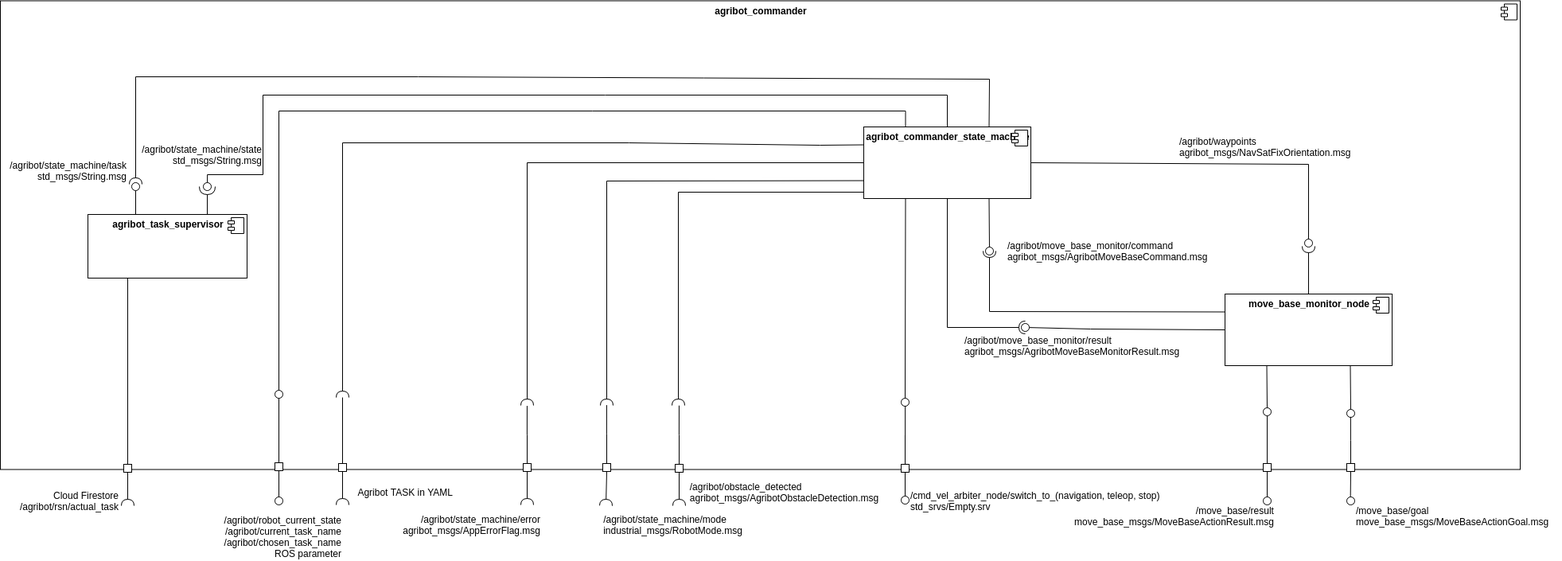
Earlier version of the draw.io export doc/component_diagram.png (agribot-2-0/agribot_commander). Source tidied: cells renumbered, new cells last; positions are measured from the earlier drawing's top-left corner, leaving out a move shared by most shapes.
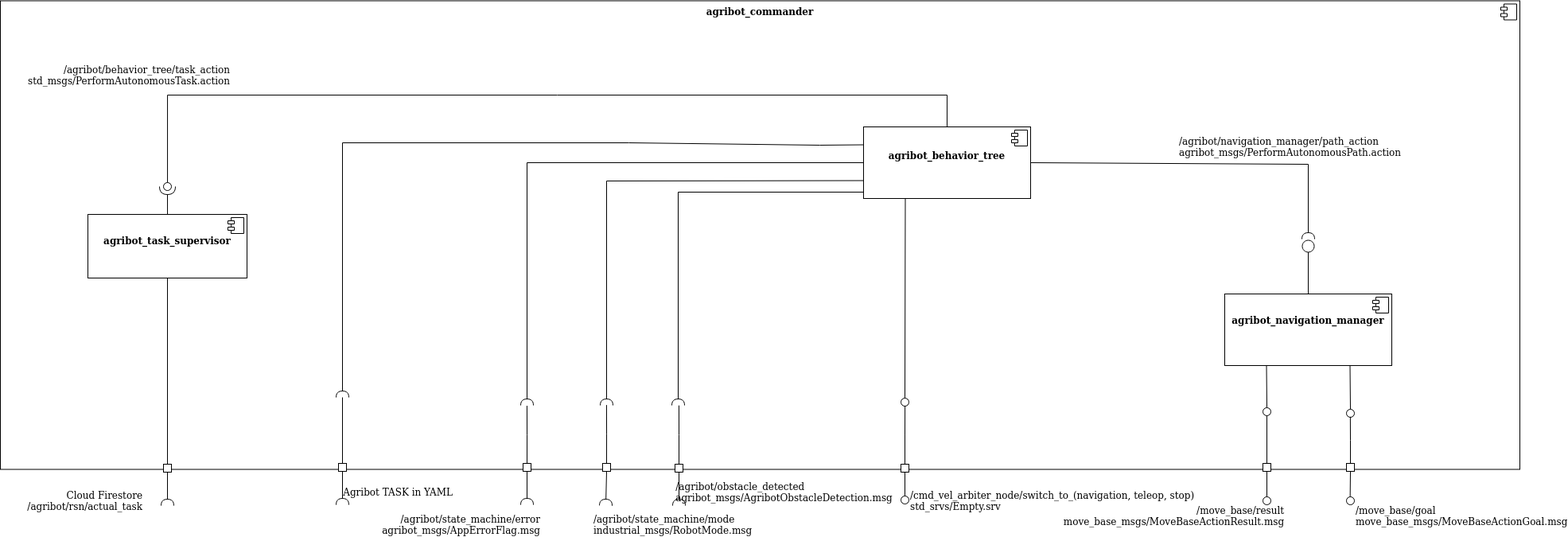
After the commit.

Commit message:
Updated component diagram

The edit, as a diff of the source:
```diff
@@ -10,7 +10,7 @@
         <mxPoint x="-24" y="4" as="offset" />
       </mxGeometry>
     </mxCell>
-    <mxCell id="4" value="&lt;p style=&quot;margin: 0px ; margin-top: 6px ; text-align: center&quot;&gt;&lt;b&gt;agribot_commander_state_machine&lt;/b&gt;&lt;br&gt;&lt;/p&gt;" style="align=left;overflow=fill;html=1;" parent="1" vertex="1">
+    <mxCell id="4" value="&lt;br&gt;&lt;div align=&quot;center&quot;&gt;&lt;b&gt;&lt;br&gt;&lt;/b&gt;&lt;/div&gt;&lt;div align=&quot;center&quot;&gt;&lt;b&gt;agribot_behavior_tree&lt;/b&gt;&lt;/div&gt;" style="align=center;overflow=fill;html=1;" parent="1" vertex="1">
       <mxGeometry x="1085" y="158" width="210" height="90" as="geometry" />
     </mxCell>
     <mxCell id="5" style="shape=component;jettyWidth=8;jettyHeight=4;" parent="4" vertex="1">
@@ -31,7 +31,7 @@
     <mxCell id="8" style="rounded=0;whiteSpace=wrap;html=1;" parent="1" vertex="1">
       <mxGeometry x="848" y="582" width="10" height="10" as="geometry" />
     </mxCell>
-    <mxCell id="9" value="&lt;p style=&quot;margin: 0px ; margin-top: 6px ; text-align: center&quot;&gt;&lt;b&gt;move_base_monitor_node&lt;/b&gt;&lt;br&gt;&lt;/p&gt;" style="align=left;overflow=fill;html=1;" parent="1" vertex="1">
+    <mxCell id="9" value="&lt;p style=&quot;margin: 0px ; margin-top: 6px ; text-align: center&quot;&gt;&lt;b&gt;&lt;br&gt;&lt;/b&gt;&lt;/p&gt;&lt;p style=&quot;margin: 0px ; margin-top: 6px ; text-align: center&quot;&gt;&lt;b&gt;agribot_&lt;/b&gt;&lt;b&gt;navigation_manager&lt;/b&gt;&lt;br&gt;&lt;/p&gt;" style="align=left;overflow=fill;html=1;" parent="1" vertex="1">
       <mxGeometry x="1539" y="368" width="210" height="90" as="geometry" />
     </mxCell>
     <mxCell id="10" style="shape=component;jettyWidth=8;jettyHeight=4;" parent="9" vertex="1">
@@ -64,60 +64,22 @@
     <mxCell id="17" style="ellipse;whiteSpace=wrap;html=1;fontFamily=Helvetica;fontSize=12;fontColor=#000000;align=center;strokeColor=#000000;fillColor=#ffffff;points=[];" parent="1" vertex="1">
       <mxGeometry x="1587" y="623" width="10" height="10" as="geometry" />
     </mxCell>
-    <mxCell id="18" style="rounded=0;jettySize=auto;html=1;endArrow=none;endFill=0;exitX=1;exitY=0.5;exitDx=0;exitDy=0;" parent="1" edge="1" source="4" target="19">
+    <mxCell id="18" style="rounded=0;jettySize=auto;html=1;endArrow=halfCircle;endFill=0;exitX=1;exitY=0.5;exitDx=0;exitDy=0;" parent="1" edge="1" source="4">
       <mxGeometry relative="1" as="geometry">
+        <mxPoint x="1644" y="299" as="targetPoint" />
         <Array as="points">
           <mxPoint x="1644" y="205" />
         </Array>
       </mxGeometry>
     </mxCell>
-    <mxCell id="19" style="ellipse;whiteSpace=wrap;html=1;fontFamily=Helvetica;fontSize=12;fontColor=#000000;align=center;strokeColor=#000000;fillColor=#ffffff;points=[];" parent="1" vertex="1">
-      <mxGeometry x="1639" y="299" width="10" height="10" as="geometry" />
-    </mxCell>
-    <mxCell id="20" style="rounded=0;jettySize=auto;html=1;endArrow=halfCircle;endFill=0;entryX=0.5;entryY=0.5;entryDx=0;entryDy=0;endSize=6;strokeWidth=1;exitX=0.5;exitY=0;exitDx=0;exitDy=0;" parent="1" edge="1" source="9">
+    <mxCell id="20" style="rounded=0;jettySize=auto;html=1;endArrow=oval;endFill=0;entryX=0.5;entryY=0.5;entryDx=0;entryDy=0;endSize=15;strokeWidth=1;exitX=0.5;exitY=0;exitDx=0;exitDy=0;" parent="1" edge="1" source="9">
       <mxGeometry relative="1" as="geometry">
         <mxPoint x="1644" y="308" as="targetPoint" />
       </mxGeometry>
     </mxCell>
-    <mxCell id="21" value="/agribot/waypoints&lt;br&gt;&lt;div&gt;&lt;span&gt;agribot_msgs/NavSatFixOrientation.msg&lt;/span&gt;&lt;/div&gt;" style="text;html=1;align=left;verticalAlign=middle;" parent="1" vertex="1">
-      <mxGeometry x="1480" y="168" width="230" height="30" as="geometry" />
+    <mxCell id="21" value="/agribot/navigation_manager/path_action&lt;br&gt;&lt;div&gt;&lt;span&gt;agribot_msgs/PerformAutonomousPath.action&lt;/span&gt;&lt;/div&gt;" style="text;html=1;align=left;verticalAlign=middle;" parent="1" vertex="1">
+      <mxGeometry x="1480" y="168" width="290" height="30" as="geometry" />
     </mxCell>
-    <mxCell id="22" style="rounded=0;jettySize=auto;html=1;endArrow=none;endFill=0;exitX=0.75;exitY=1;exitDx=0;exitDy=0;" parent="1" edge="1" source="4" target="24">
-      <mxGeometry relative="1" as="geometry" />
-    </mxCell>
-    <mxCell id="23" style="rounded=0;jettySize=auto;html=1;endArrow=halfCircle;endFill=0;entryX=0.5;entryY=0.5;entryDx=0;entryDy=0;endSize=6;strokeWidth=1;exitX=0;exitY=0.25;exitDx=0;exitDy=0;" parent="1" edge="1" source="9" target="24">
-      <mxGeometry relative="1" as="geometry">
-        <Array as="points">
-          <mxPoint x="1243" y="390" />
-        </Array>
-      </mxGeometry>
-    </mxCell>
-    <mxCell id="24" style="ellipse;whiteSpace=wrap;html=1;fontFamily=Helvetica;fontSize=12;fontColor=#000000;align=center;strokeColor=#000000;fillColor=#ffffff;points=[];" parent="1" vertex="1">
-      <mxGeometry x="1238" y="309" width="10" height="10" as="geometry" />
-    </mxCell>
-    <mxCell id="25" style="rounded=0;jettySize=auto;html=1;endArrow=none;endFill=0;exitX=0;exitY=0.5;exitDx=0;exitDy=0;" parent="1" edge="1" source="9" target="27">
-      <mxGeometry relative="1" as="geometry">
-        <Array as="points">
-          <mxPoint x="1370" y="412" />
-        </Array>
-      </mxGeometry>
-    </mxCell>
-    <mxCell id="26" style="rounded=0;jettySize=auto;html=1;endArrow=halfCircle;endFill=0;entryX=0.5;entryY=0.5;entryDx=0;entryDy=0;endSize=6;strokeWidth=1;exitX=0.5;exitY=1;exitDx=0;exitDy=0;" parent="1" edge="1" source="4" target="27">
-      <mxGeometry relative="1" as="geometry">
-        <Array as="points">
-          <mxPoint x="1190" y="410" />
-        </Array>
-      </mxGeometry>
-    </mxCell>
-    <mxCell id="27" style="ellipse;whiteSpace=wrap;html=1;fontFamily=Helvetica;fontSize=12;fontColor=#000000;align=center;strokeColor=#000000;fillColor=#ffffff;points=[];" parent="1" vertex="1">
-      <mxGeometry x="1283" y="405" width="10" height="10" as="geometry" />
-    </mxCell>
-    <mxCell id="28" value="/agribot/move_base_monitor/command&lt;br&gt;&lt;div&gt;&lt;span&gt;agribot_msgs/AgribotMoveBaseCommand.msg&lt;/span&gt;&lt;/div&gt;" style="text;html=1;align=left;verticalAlign=middle;" parent="1" vertex="1">
-      <mxGeometry x="1264" y="299" width="270" height="30" as="geometry" />
-    </mxCell>
-    <mxCell id="29" value="/agribot/move_base_monitor/result&lt;br&gt;agribot_msgs/AgribotMoveBaseMonitorResult.msg" style="text;html=1;align=left;verticalAlign=middle;" parent="1" vertex="1">
-      <mxGeometry x="1210" y="418" width="290" height="30" as="geometry" />
-    </mxCell>
     <mxCell id="30" style="rounded=0;jettySize=auto;html=1;endArrow=none;endFill=0;exitX=0.75;exitY=1;exitDx=0;exitDy=0;" parent="1" edge="1" source="9" target="31">
       <mxGeometry relative="1" as="geometry" />
     </mxCell>
@@ -241,69 +203,40 @@
     <mxCell id="60" style="ellipse;whiteSpace=wrap;html=1;fontFamily=Helvetica;fontSize=12;fontColor=#000000;align=center;strokeColor=#000000;fillColor=#ffffff;points=[];" parent="1" vertex="1">
       <mxGeometry x="1692" y="623" width="10" height="10" as="geometry" />
     </mxCell>
-    <mxCell id="61" style="edgeStyle=orthogonalEdgeStyle;rounded=0;jettySize=auto;html=1;exitX=0.5;exitY=0;exitDx=0;exitDy=0;endArrow=none;endFill=0;" parent="1" edge="1" source="62">
-      <mxGeometry relative="1" as="geometry">
-        <mxPoint x="350" y="497" as="targetPoint" />
-      </mxGeometry>
-    </mxCell>
-    <mxCell id="62" style="rounded=0;whiteSpace=wrap;html=1;" parent="1" vertex="1">
-      <mxGeometry x="345" y="580" width="10" height="10" as="geometry" />
-    </mxCell>
-    <mxCell id="63" value="&lt;div&gt;/agribot/state_machine/state&lt;br&gt;std_msgs/String.msg&lt;/div&gt;" style="text;html=1;align=right;verticalAlign=middle;" parent="1" vertex="1">
-      <mxGeometry x="160" y="178" width="170" height="30" as="geometry" />
+    <mxCell id="63" value="&lt;div&gt;/agribot/behavior_tree/task_action&lt;br&gt;std_msgs/PerformAutonomousTask.action&lt;/div&gt;" style="text;html=1;align=right;verticalAlign=middle;" parent="1" vertex="1">
+      <mxGeometry x="20" y="78" width="270" height="30" as="geometry" />
     </mxCell>
-    <mxCell id="64" style="edgeStyle=orthogonalEdgeStyle;rounded=0;jettySize=auto;html=1;entryX=0.25;entryY=0;entryDx=0;entryDy=0;endArrow=none;endFill=0;" parent="1" edge="1" source="65" target="4">
-      <mxGeometry relative="1" as="geometry">
-        <Array as="points">
-          <mxPoint x="350" y="138" />
-          <mxPoint x="1138" y="138" />
-        </Array>
-      </mxGeometry>
-    </mxCell>
-    <mxCell id="65" style="ellipse;whiteSpace=wrap;html=1;fontFamily=Helvetica;fontSize=12;fontColor=#000000;align=center;strokeColor=#000000;fillColor=#ffffff;points=[];" parent="1" vertex="1">
-      <mxGeometry x="345" y="489" width="10" height="10" as="geometry" />
-    </mxCell>
     <mxCell id="66" style="edgeStyle=orthogonalEdgeStyle;rounded=0;jettySize=auto;html=1;entryX=0.5;entryY=0;entryDx=0;entryDy=0;endArrow=none;endFill=0;exitX=0.506;exitY=0.019;exitDx=0;exitDy=0;exitPerimeter=0;" parent="1" edge="1" source="67" target="4">
       <mxGeometry relative="1" as="geometry">
         <Array as="points">
-          <mxPoint x="260" y="218" />
-          <mxPoint x="330" y="218" />
-          <mxPoint x="330" y="118" />
+          <mxPoint x="210" y="228" />
+          <mxPoint x="210" y="118" />
           <mxPoint x="1190" y="118" />
         </Array>
       </mxGeometry>
     </mxCell>
     <mxCell id="67" style="ellipse;whiteSpace=wrap;html=1;fontFamily=Helvetica;fontSize=12;fontColor=#000000;align=center;strokeColor=#000000;fillColor=#ffffff;points=[];" parent="1" vertex="1">
-      <mxGeometry x="255" y="228" width="10" height="10" as="geometry" />
+      <mxGeometry x="205" y="228" width="10" height="10" as="geometry" />
     </mxCell>
-    <mxCell id="68" style="rounded=0;jettySize=auto;html=1;endArrow=halfCircle;endFill=0;endSize=6;strokeWidth=1;exitX=0.75;exitY=0;exitDx=0;exitDy=0;" parent="1" edge="1" source="4">
-      <mxGeometry relative="1" as="geometry">
-        <mxPoint x="170" y="230" as="targetPoint" />
-        <Array as="points">
-          <mxPoint x="1243" y="98" />
-          <mxPoint x="525" y="95" />
-          <mxPoint x="170" y="95" />
-        </Array>
-      </mxGeometry>
-    </mxCell>
     <mxCell id="69" style="rounded=0;jettySize=auto;html=1;endArrow=halfCircle;endFill=0;endSize=6;strokeWidth=1;exitX=0.5;exitY=1;exitDx=0;exitDy=0;" parent="1" edge="1" source="71">
       <mxGeometry relative="1" as="geometry">
-        <mxPoint x="160" y="634" as="targetPoint" />
+        <mxPoint x="210" y="634" as="targetPoint" />
+        <Array as="points">
+          <mxPoint x="210" y="634" />
+        </Array>
       </mxGeometry>
     </mxCell>
-    <mxCell id="70" style="edgeStyle=orthogonalEdgeStyle;rounded=0;jettySize=auto;html=1;exitX=0.5;exitY=0;exitDx=0;exitDy=0;endArrow=none;endFill=0;entryX=0.25;entryY=1;entryDx=0;entryDy=0;" parent="1" edge="1" source="71" target="74">
-      <mxGeometry relative="1" as="geometry" />
+    <mxCell id="70" style="edgeStyle=orthogonalEdgeStyle;rounded=0;jettySize=auto;html=1;exitX=0.5;exitY=0;exitDx=0;exitDy=0;endArrow=none;endFill=0;entryX=0.5;entryY=1;entryDx=0;entryDy=0;" parent="1" edge="1" source="71" target="74">
+      <mxGeometry relative="1" as="geometry">
+        <Array as="points">
+          <mxPoint x="210" y="582" />
+        </Array>
+      </mxGeometry>
     </mxCell>
     <mxCell id="71" style="rounded=0;whiteSpace=wrap;html=1;" parent="1" vertex="1">
-      <mxGeometry x="155" y="582" width="10" height="10" as="geometry" />
+      <mxGeometry x="205" y="582" width="10" height="10" as="geometry" />
     </mxCell>
-    <mxCell id="72" value="&lt;div&gt;/agribot/state_machine/task&lt;br&gt;std_msgs/String.msg&lt;br&gt;&lt;/div&gt;" style="text;html=1;align=right;verticalAlign=middle;" parent="1" vertex="1">
-      <mxGeometry y="198" width="160" height="30" as="geometry" />
-    </mxCell>
-    <mxCell id="73" value="/agribot/robot_current_state&lt;br&gt;/agribot/current_task_name&lt;br&gt;/agribot/chosen_task_name&lt;br&gt;&lt;div&gt;ROS parameter&lt;/div&gt;" style="text;html=1;align=right;verticalAlign=middle;" parent="1" vertex="1">
-      <mxGeometry x="270" y="643" width="160" height="60" as="geometry" />
-    </mxCell>
-    <mxCell id="74" value="&lt;p style=&quot;margin: 0px ; margin-top: 6px ; text-align: center&quot;&gt;&lt;b&gt;agribot_task_supervisor&lt;/b&gt;&lt;br&gt;&lt;/p&gt;" style="align=left;overflow=fill;html=1;" parent="1" vertex="1">
+    <mxCell id="74" value="&lt;p style=&quot;margin: 0px ; margin-top: 6px ; text-align: center&quot;&gt;&lt;b&gt;&lt;br&gt;&lt;/b&gt;&lt;/p&gt;&lt;p style=&quot;margin: 0px ; margin-top: 6px ; text-align: center&quot;&gt;&lt;b&gt;agribot_task_supervisor&lt;/b&gt;&lt;br&gt;&lt;/p&gt;" style="align=left;overflow=fill;html=1;" parent="1" vertex="1">
       <mxGeometry x="110" y="268" width="200" height="80" as="geometry" />
     </mxCell>
     <mxCell id="75" style="shape=component;jettyWidth=8;jettyHeight=4;" parent="74" vertex="1">
@@ -311,30 +244,19 @@
         <mxPoint x="-24" y="4" as="offset" />
       </mxGeometry>
     </mxCell>
-    <mxCell id="76" style="edgeStyle=orthogonalEdgeStyle;rounded=0;jettySize=auto;html=1;entryX=0.25;entryY=0;entryDx=0;entryDy=0;endArrow=none;endFill=0;" parent="1" edge="1" source="77" target="74">
-      <mxGeometry relative="1" as="geometry">
-        <Array as="points">
-          <mxPoint x="170" y="268" />
-        </Array>
-      </mxGeometry>
-    </mxCell>
-    <mxCell id="77" style="ellipse;whiteSpace=wrap;html=1;fontFamily=Helvetica;fontSize=12;fontColor=#000000;align=center;strokeColor=#000000;fillColor=#ffffff;points=[];" parent="1" vertex="1">
-      <mxGeometry x="165" y="228" width="10" height="10" as="geometry" />
-    </mxCell>
     <mxCell id="78" style="edgeStyle=orthogonalEdgeStyle;rounded=0;jettySize=auto;html=1;exitX=1;exitY=0.5;exitDx=0;exitDy=0;exitPerimeter=0;entryX=0.75;entryY=0;entryDx=0;entryDy=0;startArrow=none;startFill=0;endArrow=none;endFill=0;" parent="1" edge="1" source="79" target="74">
-      <mxGeometry relative="1" as="geometry" />
+      <mxGeometry relative="1" as="geometry">
+        <Array as="points">
+          <mxPoint x="210" y="243" />
+          <mxPoint x="210" y="268" />
+        </Array>
+      </mxGeometry>
     </mxCell>
     <mxCell id="79" style="shape=requiredInterface;html=1;verticalLabelPosition=bottom;rotation=90;" parent="1" vertex="1">
-      <mxGeometry x="255" y="228" width="10" height="20" as="geometry" />
+      <mxGeometry x="205" y="228" width="10" height="20" as="geometry" />
     </mxCell>
     <mxCell id="80" value="&lt;div&gt;Cloud Firestore&lt;br&gt;/agribot/rsn/actual_task&lt;/div&gt;" style="text;html=1;align=right;verticalAlign=middle;" parent="1" vertex="1">
-      <mxGeometry x="10" y="613" width="140" height="30" as="geometry" />
+      <mxGeometry x="40" y="613" width="140" height="30" as="geometry" />
     </mxCell>
-    <mxCell id="81" style="edgeStyle=orthogonalEdgeStyle;rounded=0;jettySize=auto;html=1;entryX=0.5;entryY=1;entryDx=0;entryDy=0;endArrow=none;endFill=0;" parent="1" edge="1" source="82" target="62">
-      <mxGeometry relative="1" as="geometry" />
-    </mxCell>
-    <mxCell id="82" style="ellipse;whiteSpace=wrap;html=1;fontFamily=Helvetica;fontSize=12;fontColor=#000000;align=center;strokeColor=#000000;fillColor=#ffffff;points=[];" parent="1" vertex="1">
-      <mxGeometry x="345" y="623" width="10" height="10" as="geometry" />
-    </mxCell>
   </root>
 </mxGraphModel>
```
